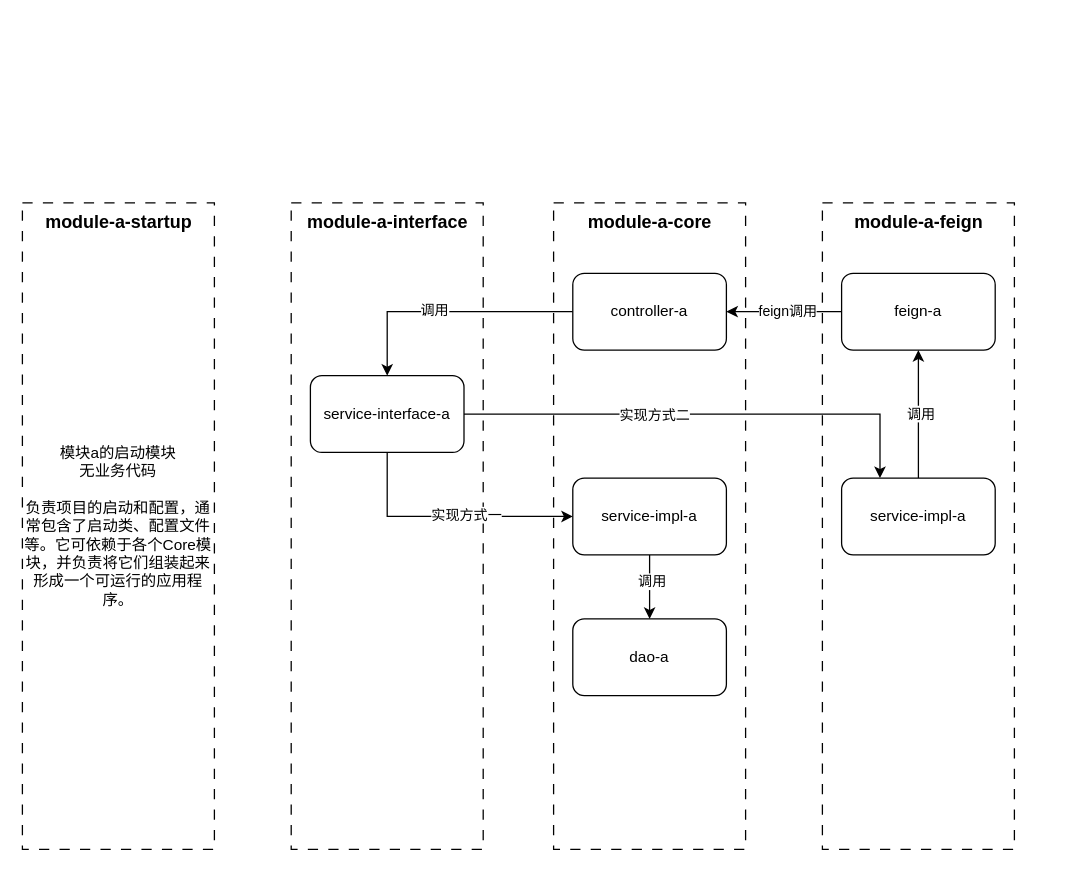
codeyunze/drawio keeps this draw.io diagram as 单模块分层设计（有内部扩展接口）.drawio. Above is the earlier version. Source tidied: cells renumbered, new cells numbered last; positions are measured from the earlier drawing's top-left corner, leaving out a move shared by most shapes. Both pictures are drawn from the tidied source at 128%, with x=0, y=0 at pixel (22, 202).
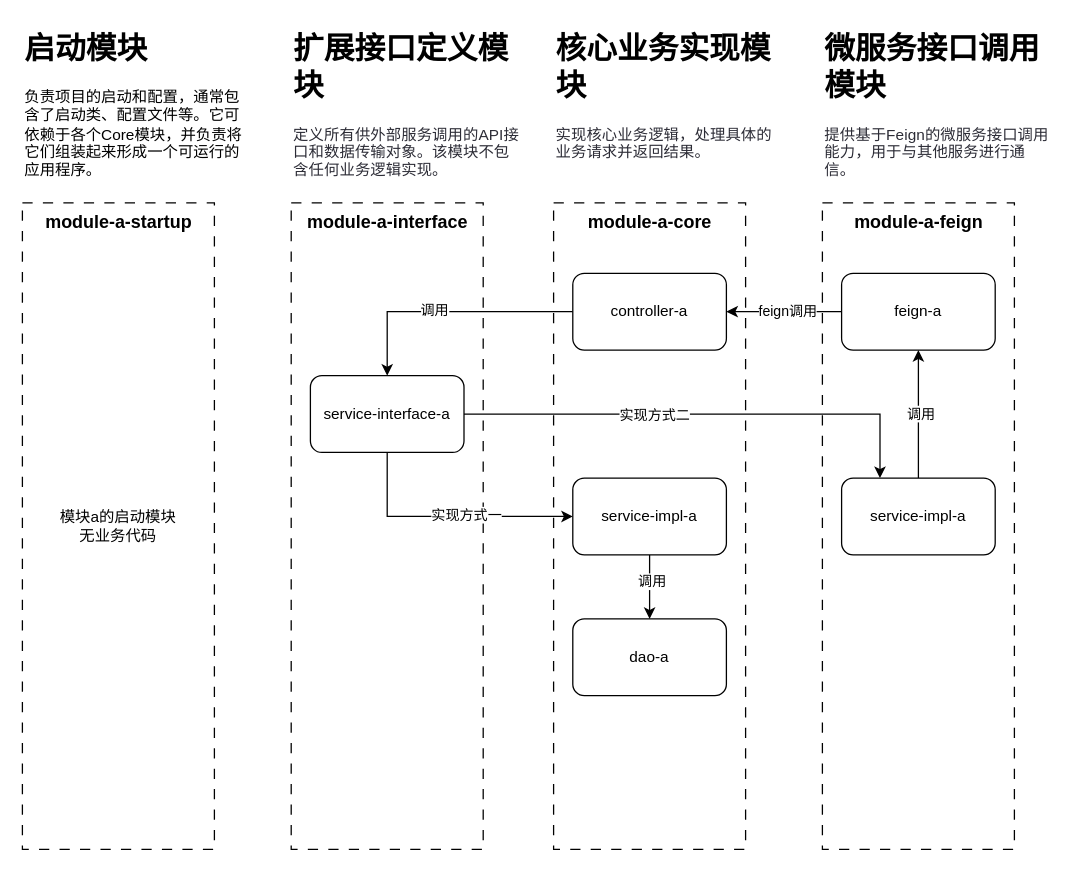
The same page after the edit.

Commit message (it also covers changes not shown here):
更新单模块分层设计（有内部扩展接口）.drawio

Change to the diagram source:
```diff
@@
-    <mxCell id="26" value="模块a的启动模块&lt;div&gt;无业务代码&lt;div&gt;&lt;br&gt;&lt;/div&gt;&lt;div&gt;&lt;div&gt;负责项目的启动和配置，通常包含了启动类、配置文件等。它可依赖于各个Core模块，并负责将它们组装起来形成一个可运行的应用程序。&lt;/div&gt;&lt;/div&gt;&lt;/div&gt;" style="rounded=0;whiteSpace=wrap;html=1;dashed=1;dashPattern=8 8;" parent="1" vertex="1">
+    <mxCell id="26" value="模块a的启动模块&lt;div&gt;无业务代码&lt;/div&gt;" style="rounded=0;whiteSpace=wrap;html=1;dashed=1;dashPattern=8 8;" parent="1" vertex="1">
       <mxGeometry width="150" height="505" as="geometry" />
     </mxCell>
@@
+    <mxCell id="28" value="&lt;h1 style=&quot;margin-top: 0px;&quot;&gt;启动模块&lt;/h1&gt;&lt;p&gt;&lt;span style=&quot;text-align: center; background-color: transparent; color: light-dark(rgb(0, 0, 0), rgb(255, 255, 255));&quot;&gt;负责项目的启动和配置，通常包含了启动类、配置文件等。它可依赖于各个Core模块，并负责将它们组装起来形成一个可运行的应用程序。&lt;/span&gt;&lt;/p&gt;" style="text;html=1;whiteSpace=wrap;overflow=hidden;rounded=0;" parent="1" vertex="1">
+      <mxGeometry y="-141" width="180" height="120" as="geometry" />
+    </mxCell>
+    <mxCell id="29" value="&lt;h1 style=&quot;margin-top: 0px;&quot;&gt;扩展接口定义模块&lt;/h1&gt;&lt;p&gt;&lt;span style=&quot;background-color: rgb(255, 255, 255); color: rgb(44, 44, 54); letter-spacing: 0.064px;&quot;&gt;&lt;font style=&quot;font-size: 12px;&quot; face=&quot;Helvetica&quot;&gt;定义所有供外部服务调用的API接口和数据传输对象。该模块不包含任何业务逻辑实现。&lt;/font&gt;&lt;/span&gt;&lt;/p&gt;" style="text;html=1;whiteSpace=wrap;overflow=hidden;rounded=0;" parent="1" vertex="1">
+      <mxGeometry x="210" y="-141" width="180" height="120" as="geometry" />
+    </mxCell>
+    <mxCell id="30" value="&lt;h1 style=&quot;margin-top: 0px;&quot;&gt;核心业务实现模块&lt;/h1&gt;&lt;p&gt;&lt;span style=&quot;background-color: rgb(255, 255, 255); color: rgb(44, 44, 54); letter-spacing: 0.064px;&quot;&gt;&lt;font face=&quot;Helvetica&quot; style=&quot;font-size: 12px;&quot;&gt;实现核心业务逻辑，处理具体的业务请求并返回结果。&lt;/font&gt;&lt;/span&gt;&lt;/p&gt;" style="text;html=1;whiteSpace=wrap;overflow=hidden;rounded=0;" parent="1" vertex="1">
+      <mxGeometry x="415" y="-141" width="180" height="120" as="geometry" />
+    </mxCell>
+    <mxCell id="31" value="&lt;h1 style=&quot;margin-top: 0px;&quot;&gt;微服务接口调用模块&lt;/h1&gt;&lt;p&gt;&lt;span style=&quot;color: rgb(44, 44, 54); letter-spacing: 0.064px; background-color: rgb(255, 255, 255);&quot;&gt;&lt;font face=&quot;Helvetica&quot; style=&quot;font-size: 12px;&quot;&gt;提供基于Feign的微服务接口调用能力，用于与其他服务进行通信。&lt;/font&gt;&lt;/span&gt;&lt;/p&gt;" style="text;html=1;whiteSpace=wrap;overflow=hidden;rounded=0;" parent="1" vertex="1">
+      <mxGeometry x="625" y="-141" width="180" height="120" as="geometry" />
+    </mxCell>
```
